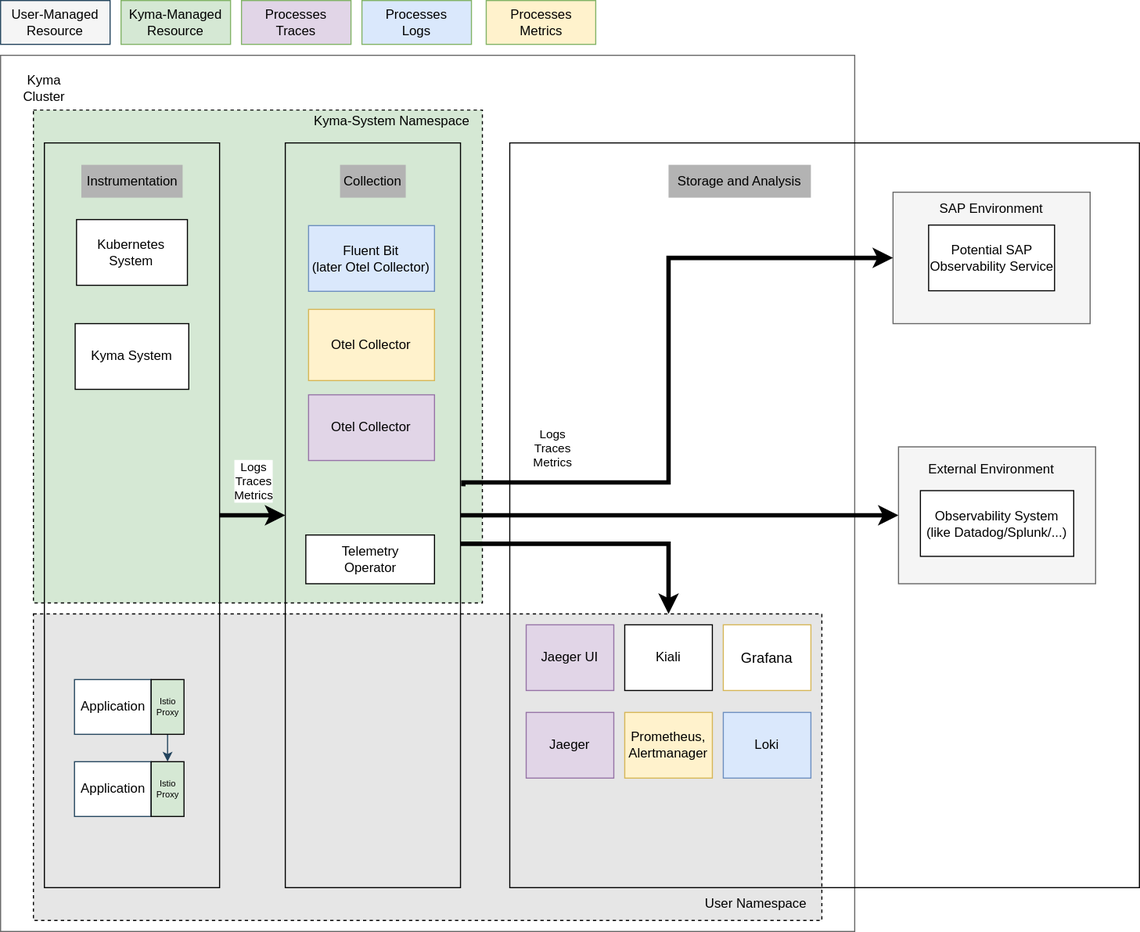
kyma-project/community keeps this draw.io diagram as concepts/observability-strategy/assets/strategy-future.drawio.svg. Above is the earlier version. Source tidied: cells renumbered, new cells last; positions are measured from the earlier drawing's top-left corner, leaving out a move shared by most shapes.
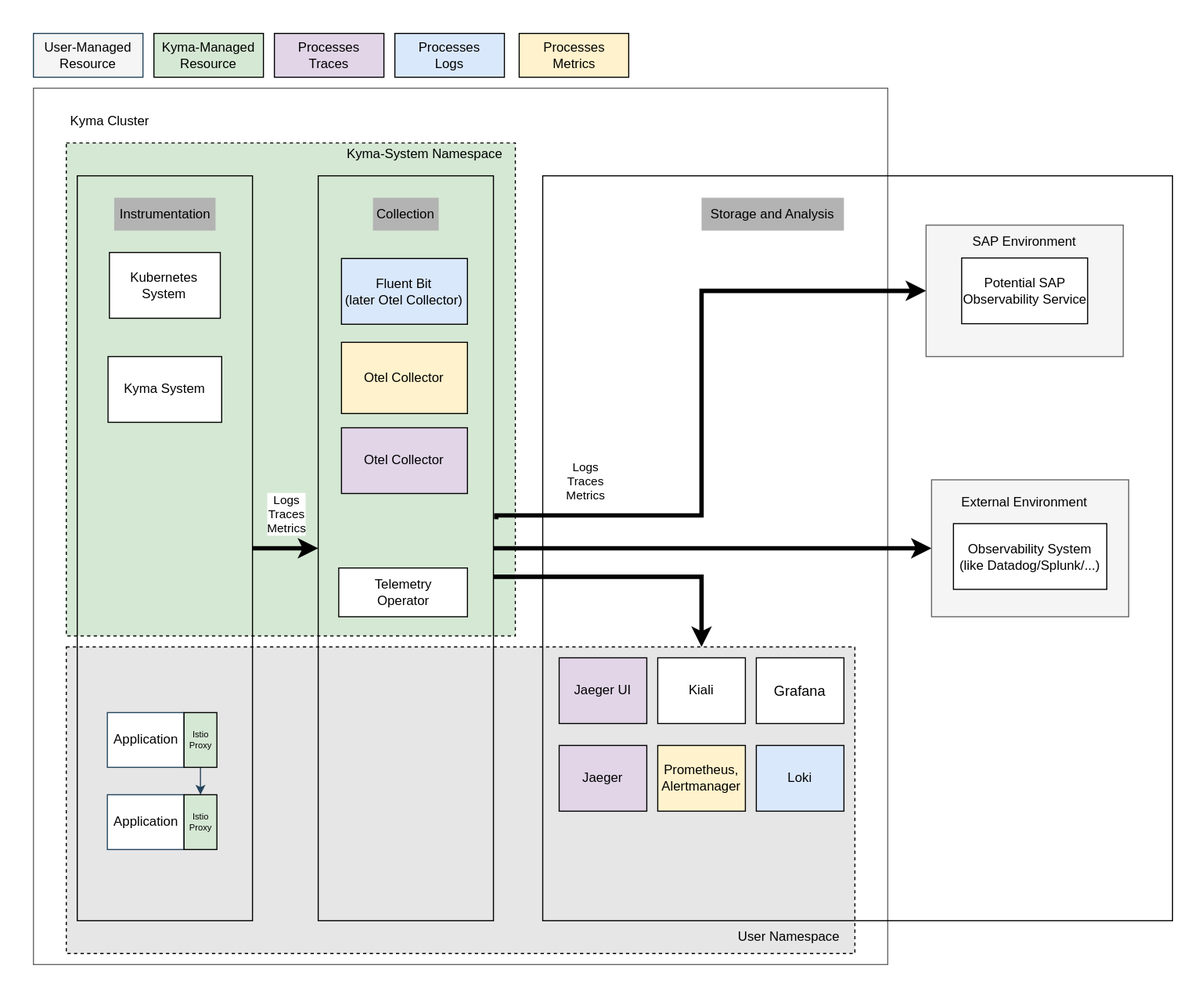
After the change.

Commit message:
improved drawing for observability strategy

Change to the diagram source:
```diff
@@ -2,6 +2,9 @@
   <root>
     <mxCell id="0" />
     <mxCell id="1" parent="0" />
+    <mxCell id="48" style="rounded=0;whiteSpace=wrap;html=1;fillColor=#FFFFFF;strokeColor=none;" parent="1" vertex="1">
+      <mxGeometry x="-30" y="-30" width="1090" height="900" as="geometry" />
+    </mxCell>
     <mxCell id="2" style="rounded=0;whiteSpace=wrap;html=1;fillColor=#FFFFFF;strokeColor=#666666;fontColor=#333333;" parent="1" vertex="1">
       <mxGeometry y="50" width="780" height="800" as="geometry" />
     </mxCell>
@@ -21,7 +24,7 @@
       <mxGeometry x="68.1" y="295" width="103.8" height="60" as="geometry" />
     </mxCell>
     <mxCell id="8" value="Kyma Cluster" style="text;html=1;strokeColor=none;fillColor=none;align=center;verticalAlign=middle;whiteSpace=wrap;rounded=0;fontColor=#000000;" parent="1" vertex="1">
-      <mxGeometry x="20" y="70" width="40" height="20" as="geometry" />
+      <mxGeometry x="30" y="70" width="80" height="20" as="geometry" />
     </mxCell>
     <mxCell id="9" value="Kyma-System Namespace" style="text;html=1;strokeColor=none;fillColor=none;align=center;verticalAlign=middle;whiteSpace=wrap;rounded=0;fontColor=#000000;" parent="1" vertex="1">
       <mxGeometry x="275" y="100" width="165" height="20" as="geometry" />
@@ -47,7 +50,7 @@
     <mxCell id="16" value="User-Managed Resource" style="rounded=0;whiteSpace=wrap;html=1;fillColor=#F5F5F5;strokeColor=#23445d;" parent="1" vertex="1">
       <mxGeometry width="100" height="40" as="geometry" />
     </mxCell>
-    <mxCell id="17" value="Kyma-Managed Resource" style="rounded=0;whiteSpace=wrap;html=1;fillColor=#d5e8d4;strokeColor=#82b366;fontColor=#000000;" parent="1" vertex="1">
+    <mxCell id="17" value="Kyma-Managed Resource" style="rounded=0;whiteSpace=wrap;html=1;fillColor=#d5e8d4;strokeColor=#000000;fontColor=#000000;" parent="1" vertex="1">
       <mxGeometry x="110" width="100" height="40" as="geometry" />
     </mxCell>
     <mxCell id="18" style="edgeStyle=orthogonalEdgeStyle;rounded=0;jettySize=auto;html=1;entryX=0;entryY=0.5;entryDx=0;entryDy=0;fillColor=#e1d5e7;strokeColor=#000000;strokeWidth=4;exitX=1;exitY=0.5;exitDx=0;exitDy=0;" parent="1" edge="1" source="5" target="21">
@@ -86,40 +89,40 @@
         </Array>
       </mxGeometry>
     </mxCell>
-    <mxCell id="26" value="Processes&lt;br&gt;Traces" style="rounded=0;whiteSpace=wrap;html=1;fillColor=#E1D5E7;strokeColor=#82b366;fontColor=#000000;" parent="1" vertex="1">
+    <mxCell id="26" value="Processes&lt;br&gt;Traces" style="rounded=0;whiteSpace=wrap;html=1;fillColor=#E1D5E7;strokeColor=#000000;fontColor=#000000;" parent="1" vertex="1">
       <mxGeometry x="220" width="100" height="40" as="geometry" />
     </mxCell>
-    <mxCell id="27" value="Processes&lt;br&gt;Logs" style="rounded=0;whiteSpace=wrap;html=1;fillColor=#DAE8FC;strokeColor=#82b366;fontColor=#000000;" parent="1" vertex="1">
+    <mxCell id="27" value="Processes&lt;br&gt;Logs" style="rounded=0;whiteSpace=wrap;html=1;fillColor=#DAE8FC;strokeColor=#000000;fontColor=#000000;" parent="1" vertex="1">
       <mxGeometry x="330" width="100" height="40" as="geometry" />
     </mxCell>
-    <mxCell id="28" value="Processes&lt;br&gt;Metrics" style="rounded=0;whiteSpace=wrap;html=1;fillColor=#FFF2CC;strokeColor=#82b366;fontColor=#000000;" parent="1" vertex="1">
+    <mxCell id="28" value="Processes&lt;br&gt;Metrics" style="rounded=0;whiteSpace=wrap;html=1;fillColor=#FFF2CC;strokeColor=#000000;fontColor=#000000;" parent="1" vertex="1">
       <mxGeometry x="443.5" width="100" height="40" as="geometry" />
     </mxCell>
-    <mxCell id="29" value="Fluent Bit&lt;br&gt;(later Otel Collector)" style="rounded=0;whiteSpace=wrap;html=1;fillColor=#dae8fc;strokeColor=#6c8ebf;fontColor=#000000;" parent="1" vertex="1">
+    <mxCell id="29" value="Fluent Bit&lt;br&gt;(later Otel Collector)" style="rounded=0;whiteSpace=wrap;html=1;fillColor=#dae8fc;strokeColor=#000000;fontColor=#000000;" parent="1" vertex="1">
       <mxGeometry x="281.2" y="205.5" width="115" height="60" as="geometry" />
     </mxCell>
-    <mxCell id="30" value="Otel Collector" style="rounded=0;whiteSpace=wrap;html=1;fillColor=#fff2cc;strokeColor=#d6b656;fontColor=#000000;" parent="1" vertex="1">
+    <mxCell id="30" value="Otel Collector" style="rounded=0;whiteSpace=wrap;html=1;fillColor=#fff2cc;strokeColor=#000000;fontColor=#000000;" parent="1" vertex="1">
       <mxGeometry x="281.2" y="282" width="115" height="65" as="geometry" />
     </mxCell>
-    <mxCell id="31" value="Otel Collector" style="rounded=0;whiteSpace=wrap;html=1;fillColor=#e1d5e7;strokeColor=#9673a6;fontColor=#000000;" parent="1" vertex="1">
+    <mxCell id="31" value="Otel Collector" style="rounded=0;whiteSpace=wrap;html=1;fillColor=#e1d5e7;strokeColor=#000000;fontColor=#000000;" parent="1" vertex="1">
       <mxGeometry x="281.2" y="360" width="115" height="60" as="geometry" />
     </mxCell>
-    <mxCell id="32" value="Prometheus,&lt;br&gt;Alertmanager" style="rounded=0;whiteSpace=wrap;html=1;fillColor=#fff2cc;strokeColor=#d6b656;fontColor=#000000;" parent="1" vertex="1">
+    <mxCell id="32" value="Prometheus,&lt;br&gt;Alertmanager" style="rounded=0;whiteSpace=wrap;html=1;fillColor=#fff2cc;strokeColor=#000000;fontColor=#000000;" parent="1" vertex="1">
       <mxGeometry x="570" y="650" width="80" height="60" as="geometry" />
     </mxCell>
-    <mxCell id="33" value="Loki" style="rounded=0;whiteSpace=wrap;html=1;fillColor=#dae8fc;strokeColor=#6c8ebf;fontColor=#000000;" parent="1" vertex="1">
+    <mxCell id="33" value="Loki" style="rounded=0;whiteSpace=wrap;html=1;fillColor=#dae8fc;strokeColor=#000000;fontColor=#000000;" parent="1" vertex="1">
       <mxGeometry x="660" y="650" width="80" height="60" as="geometry" />
     </mxCell>
-    <mxCell id="34" value="Jaeger" style="rounded=0;whiteSpace=wrap;html=1;fillColor=#e1d5e7;strokeColor=#9673a6;fontColor=#000000;" parent="1" vertex="1">
+    <mxCell id="34" value="Jaeger" style="rounded=0;whiteSpace=wrap;html=1;fillColor=#e1d5e7;strokeColor=#000000;fontColor=#000000;" parent="1" vertex="1">
       <mxGeometry x="480" y="650" width="80" height="60" as="geometry" />
     </mxCell>
-    <mxCell id="35" value="&lt;span style=&quot;font-size: 13px;&quot;&gt;Grafana&lt;/span&gt;" style="rounded=0;whiteSpace=wrap;html=1;fillColor=#FFFFFF;strokeColor=#d6b656;fontColor=#000000;fontSize=13;" parent="1" vertex="1">
+    <mxCell id="35" value="&lt;span style=&quot;font-size: 13px;&quot;&gt;Grafana&lt;/span&gt;" style="rounded=0;whiteSpace=wrap;html=1;fillColor=#FFFFFF;strokeColor=#000000;fontColor=#000000;fontSize=13;" parent="1" vertex="1">
       <mxGeometry x="660" y="570" width="80" height="60" as="geometry" />
     </mxCell>
     <mxCell id="36" value="Kiali" style="rounded=0;whiteSpace=wrap;html=1;" parent="1" vertex="1">
       <mxGeometry x="570" y="570" width="80" height="60" as="geometry" />
     </mxCell>
-    <mxCell id="37" value="Jaeger UI" style="rounded=0;whiteSpace=wrap;html=1;fillColor=#e1d5e7;strokeColor=#9673a6;fontColor=#000000;" parent="1" vertex="1">
+    <mxCell id="37" value="Jaeger UI" style="rounded=0;whiteSpace=wrap;html=1;fillColor=#e1d5e7;strokeColor=#000000;fontColor=#000000;" parent="1" vertex="1">
       <mxGeometry x="480" y="570" width="80" height="60" as="geometry" />
     </mxCell>
     <mxCell id="38" value="Telemetry&lt;br&gt;Operator" style="rounded=0;whiteSpace=wrap;html=1;fontColor=#000000;fillColor=#FFFFFF;" parent="1" vertex="1">
```
